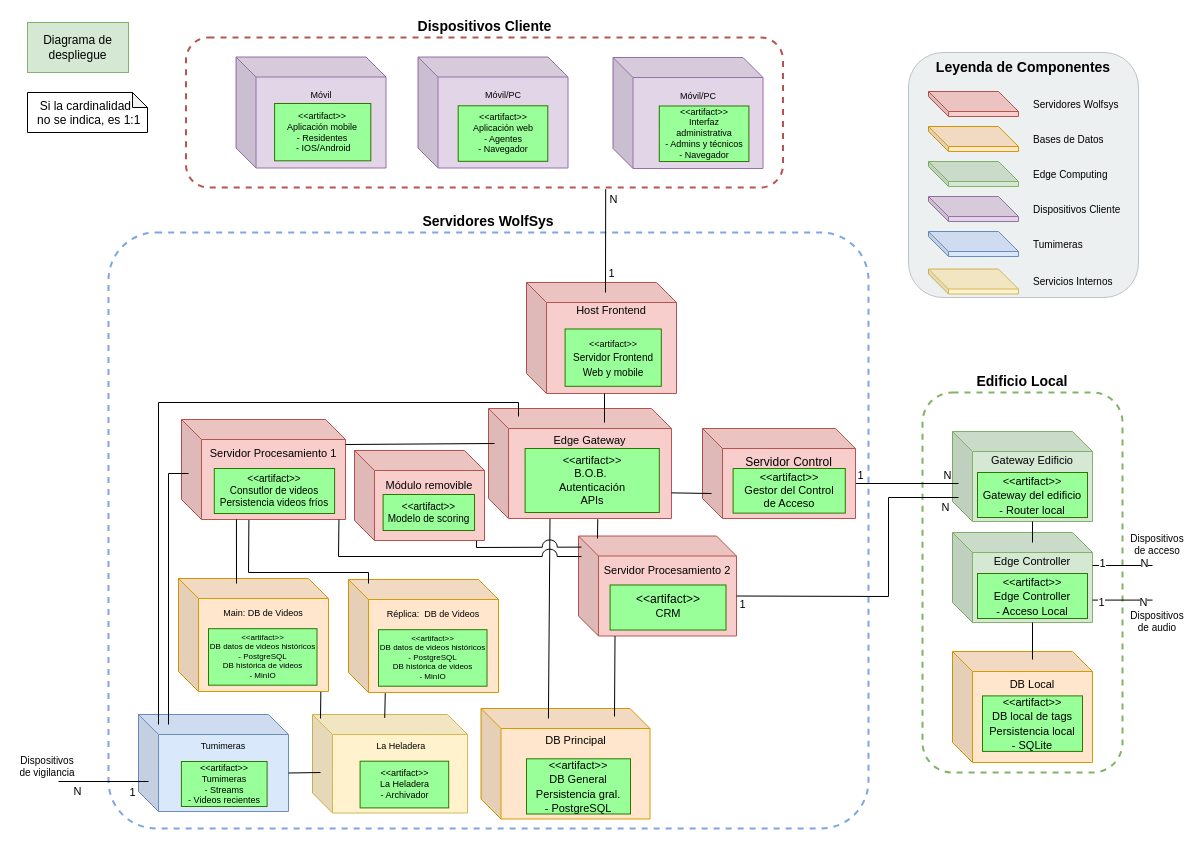
The draw.io diagram Documentación de la arquitectura/Diagramas/Editables-drawio/Diagrama-de-despliegue.drawio in LIMoreno04/Caso-de-estudio---WolfSys---Arquitectura, before the edit. Source tidied: cells renumbered, new cells numbered last; positions are measured from the earlier drawing's top-left corner, leaving out a move shared by most shapes. Both pictures are drawn from the tidied source at 100%, with x=0, y=0 at pixel (17, 22).
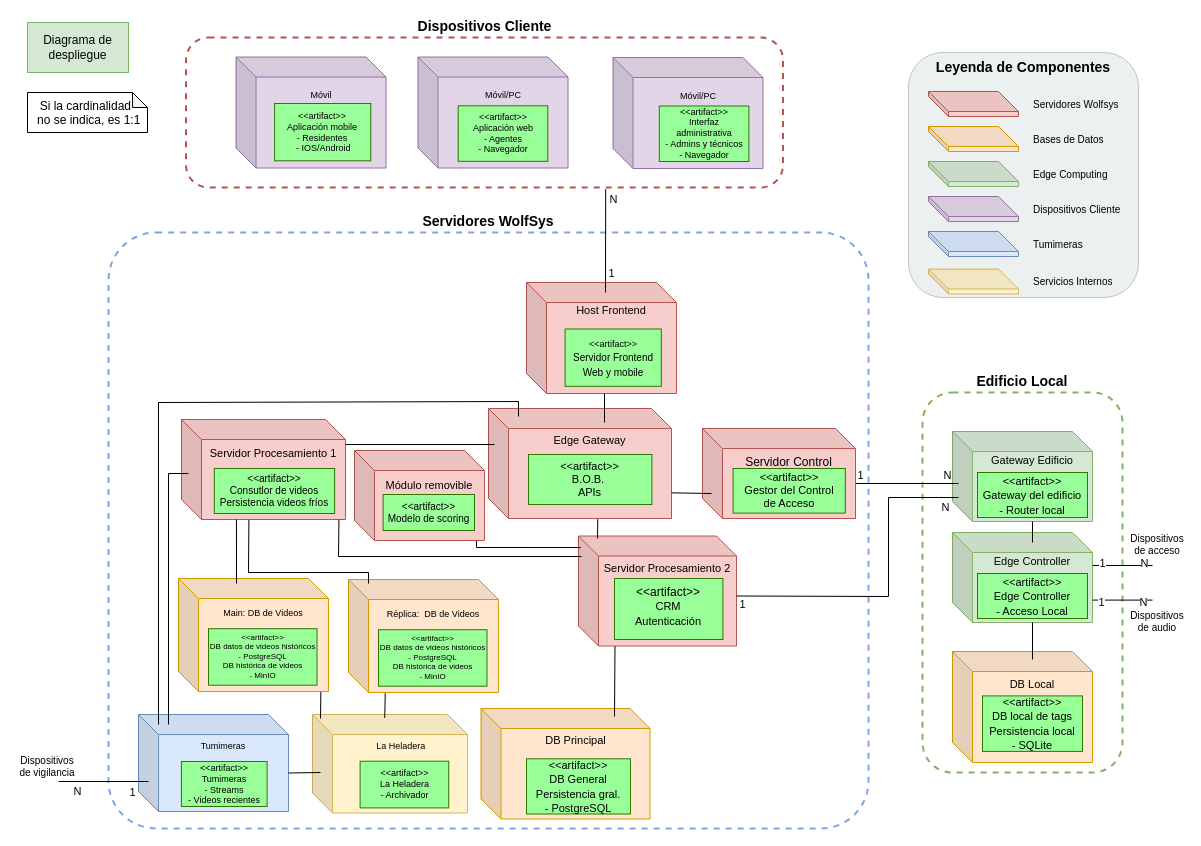
After the change.

Unchanged cells that the change refers to:
```xml
<mxCell id="27" value="DB Principal&lt;br&gt;&lt;br&gt;&lt;div&gt;&lt;br&gt;&lt;/div&gt;&lt;div&gt;&lt;br&gt;&lt;/div&gt;&lt;div&gt;&lt;br&gt;&lt;/div&gt;&lt;div&gt;&lt;br&gt;&lt;/div&gt;" style="shape=cube;whiteSpace=wrap;html=1;boundedLbl=1;backgroundOutline=1;darkOpacity=0.05;darkOpacity2=0.1;fillColor=#ffe6cc;strokeColor=#d79b00;fontSize=11;fontStyle=0;" parent="26" vertex="1">
  <mxGeometry width="169" height="110.5" as="geometry" />
</mxCell>
<mxCell id="45" style="group;" parent="1" vertex="1">
  <mxGeometry x="471" y="396" width="183" height="100" as="geometry" />
</mxCell>
<mxCell id="46" value="Edge Gateway&lt;div&gt;&lt;br&gt;&lt;/div&gt;&lt;div&gt;&lt;br&gt;&lt;/div&gt;&lt;div&gt;&lt;br&gt;&lt;/div&gt;&lt;div&gt;&lt;br&gt;&lt;/div&gt;&lt;div&gt;&lt;br&gt;&lt;/div&gt;" style="shape=cube;whiteSpace=wrap;html=1;boundedLbl=1;backgroundOutline=1;darkOpacity=0.05;darkOpacity2=0.1;fillColor=#f8cecc;strokeColor=#b85450;fontSize=11;fontStyle=0;" parent="45" vertex="1">
  <mxGeometry y="-10" width="183" height="110" as="geometry" />
</mxCell>
<mxCell id="49" value="Módulo removible&lt;div&gt;&lt;br&gt;&lt;/div&gt;&lt;div&gt;&lt;br&gt;&lt;/div&gt;&lt;div&gt;&lt;br&gt;&lt;/div&gt;" style="shape=cube;whiteSpace=wrap;html=1;boundedLbl=1;backgroundOutline=1;darkOpacity=0.05;darkOpacity2=0.1;fillColor=#f8cecc;strokeColor=#b85450;fontSize=11;fontStyle=0;" parent="48" vertex="1">
  <mxGeometry width="130" height="90" as="geometry" />
</mxCell>
```

What changed in the source:
```diff
@@
-    <mxCell id="29" style="endArrow=none;html=1;rounded=0;exitX=0.399;exitY=0.09;exitDx=0;exitDy=0;exitPerimeter=0;entryX=0.336;entryY=1.002;entryDx=0;entryDy=0;entryPerimeter=0;" parent="1" edge="1" source="27" target="46">
-      <mxGeometry relative="1" as="geometry" />
-    </mxCell>
     <mxCell id="30" style="group;" parent="1" vertex="1">
-      <mxGeometry x="561" y="513.5" width="158" height="100" as="geometry" />
+      <mxGeometry x="561" y="513.5" width="160" height="110" as="geometry" />
     </mxCell>
-    <mxCell id="31" value="Servidor Procesamiento 2&lt;br&gt;&lt;br&gt;&lt;div&gt;&lt;br&gt;&lt;/div&gt;&lt;div&gt;&lt;br&gt;&lt;/div&gt;&lt;div&gt;&lt;br&gt;&lt;/div&gt;" style="shape=cube;whiteSpace=wrap;html=1;boundedLbl=1;backgroundOutline=1;darkOpacity=0.05;darkOpacity2=0.1;fillColor=#f8cecc;strokeColor=#b85450;fontSize=11;fontStyle=0;" parent="30" vertex="1">
-      <mxGeometry width="158" height="100" as="geometry" />
+    <mxCell id="31" value="Servidor Procesamiento 2&lt;br&gt;&lt;br&gt;&lt;div&gt;&lt;br&gt;&lt;/div&gt;&lt;div&gt;&lt;br&gt;&lt;/div&gt;&lt;div&gt;&lt;br&gt;&lt;/div&gt;&lt;div&gt;&lt;br&gt;&lt;/div&gt;" style="shape=cube;whiteSpace=wrap;html=1;boundedLbl=1;backgroundOutline=1;darkOpacity=0.05;darkOpacity2=0.1;fillColor=#f8cecc;strokeColor=#b85450;fontSize=11;fontStyle=0;" parent="30" vertex="1">
+      <mxGeometry width="158" height="110" as="geometry" />
     </mxCell>
-    <mxCell id="32" value="&amp;lt;&amp;lt;artifact&amp;gt;&amp;gt;&lt;br&gt;&lt;span style=&quot;font-size: 11px;&quot;&gt;CRM&lt;/span&gt;" style="rounded=0;whiteSpace=wrap;html=1;fillColor=#99FF99;fontColor=#000000;strokeColor=#2D7600;verticalAlign=top;" parent="30" vertex="1">
-      <mxGeometry x="31.6" y="49" width="115.9" height="45" as="geometry" />
+    <mxCell id="32" value="&amp;lt;&amp;lt;artifact&amp;gt;&amp;gt;&lt;br&gt;&lt;span style=&quot;font-size: 11px;&quot;&gt;CRM&lt;/span&gt;&lt;div&gt;&lt;span style=&quot;font-size: 11px;&quot;&gt;Autenticación&lt;/span&gt;&lt;span style=&quot;font-size: 11px;&quot;&gt;&lt;/span&gt;&lt;/div&gt;" style="rounded=0;whiteSpace=wrap;html=1;fillColor=#99FF99;fontColor=#000000;strokeColor=#2D7600;verticalAlign=top;" parent="30" vertex="1">
+      <mxGeometry x="36" y="42.5" width="108.4" height="61" as="geometry" />
     </mxCell>
@@
-    <mxCell id="47" value="&amp;lt;&amp;lt;artifact&amp;gt;&amp;gt;&lt;br&gt;&lt;span&gt;B.O.B.&amp;nbsp;&lt;/span&gt;&lt;div&gt;&lt;span&gt;Autenticación&lt;/span&gt;&lt;div&gt;&lt;span&gt;APIs&lt;/span&gt;&lt;/div&gt;&lt;/div&gt;" style="rounded=0;whiteSpace=wrap;html=1;fillColor=#99FF99;fontColor=#000000;strokeColor=#2D7600;fontSize=11;" parent="45" vertex="1">
-      <mxGeometry x="36.6" y="30" width="134.2" height="64" as="geometry" />
+    <mxCell id="47" value="&amp;lt;&amp;lt;artifact&amp;gt;&amp;gt;&lt;br&gt;&lt;span&gt;B.O.B.&amp;nbsp;&lt;/span&gt;&lt;div&gt;&lt;div&gt;&lt;span&gt;APIs&lt;/span&gt;&lt;/div&gt;&lt;/div&gt;" style="rounded=0;whiteSpace=wrap;html=1;fillColor=#99FF99;fontColor=#000000;strokeColor=#2D7600;fontSize=11;" parent="45" vertex="1">
+      <mxGeometry x="40" y="36" width="123.4" height="50" as="geometry" />
     </mxCell>
@@
     <mxCell id="51" style="endArrow=none;html=1;rounded=0;exitX=0;exitY=0;exitDx=163.99999999999997;exitDy=60;exitPerimeter=0;" parent="1" edge="1">
       <mxGeometry relative="1" as="geometry">
         <mxPoint x="328" y="422" as="sourcePoint" />
-        <mxPoint x="477" y="421" as="targetPoint" />
+        <mxPoint x="477" y="422" as="targetPoint" />
       </mxGeometry>
     </mxCell>
@@
-    <mxCell id="56" style="endArrow=none;html=1;rounded=0;exitX=0.939;exitY=1.003;exitDx=0;exitDy=0;exitPerimeter=0;entryX=0.019;entryY=0.111;entryDx=0;entryDy=0;entryPerimeter=0;jumpStyle=arc;jumpSize=15;" parent="1" edge="1" source="49" target="31">
+    <mxCell id="56" style="endArrow=none;html=1;rounded=0;exitX=0.939;exitY=1.003;exitDx=0;exitDy=0;exitPerimeter=0;entryX=0.015;entryY=0.105;entryDx=0;entryDy=0;entryPerimeter=0;jumpStyle=arc;jumpSize=15;" parent="1" edge="1" source="49" target="31">
       <mxGeometry relative="1" as="geometry">
         <Array as="points">
           <mxPoint x="459" y="525" />
         </Array>
       </mxGeometry>
     </mxCell>
@@
     <mxCell id="67" style="endArrow=none;html=1;rounded=0;" parent="1" edge="1">
       <mxGeometry relative="1" as="geometry">
         <mxPoint x="141" y="702" as="sourcePoint" />
         <mxPoint x="501" y="394" as="targetPoint" />
         <Array as="points">
           <mxPoint x="141" y="380" />
-          <mxPoint x="501" y="380" />
+          <mxPoint x="501" y="379" />
         </Array>
       </mxGeometry>
     </mxCell>
```
